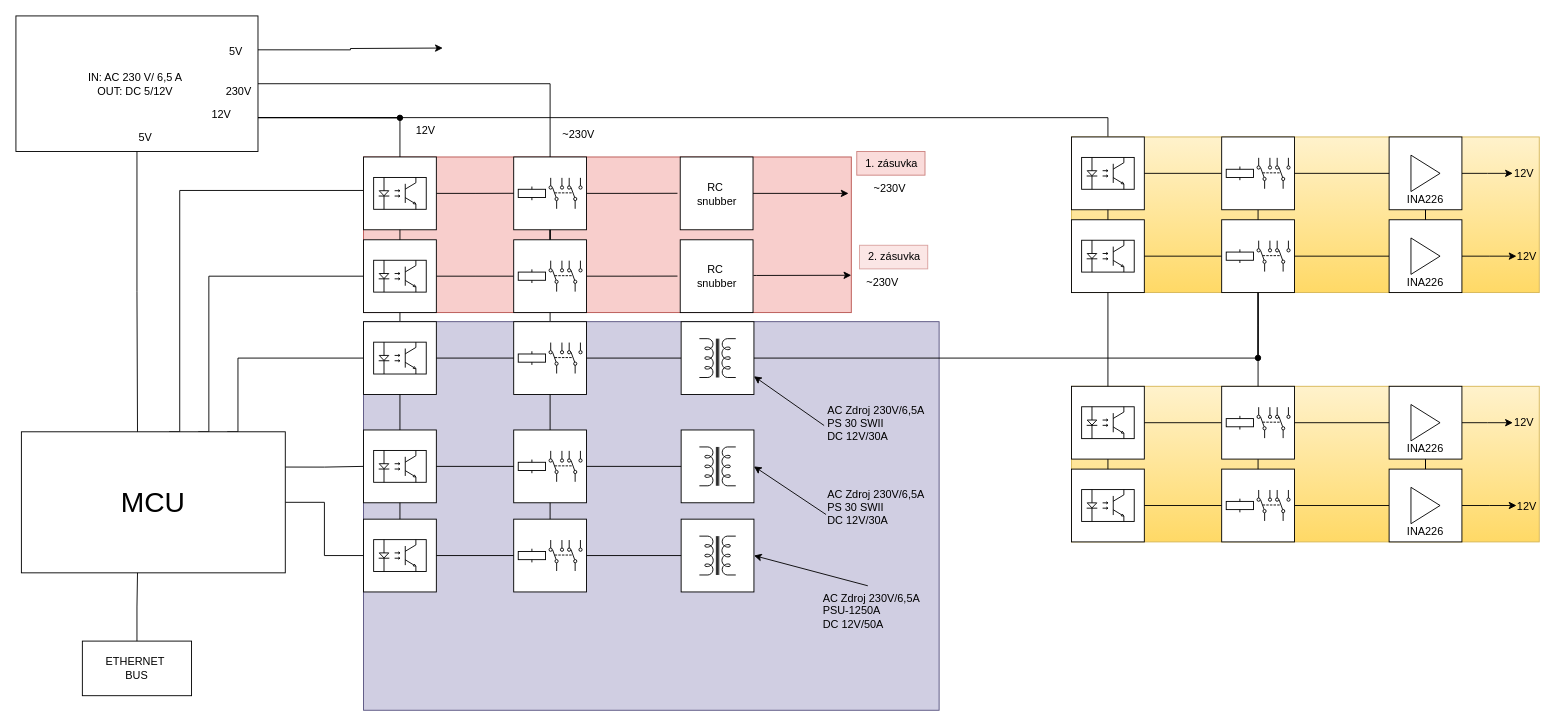
The draw.io diagram blokove_schema.drawio in AdminTextilka/Bakalarka, before the edit. Source tidied: cells renumbered, new cells numbered last; positions are measured from the earlier drawing's top-left corner, leaving out a move shared by most shapes. Both pictures are drawn from the tidied source at 91%, with x=0, y=0 at pixel (15, 15).
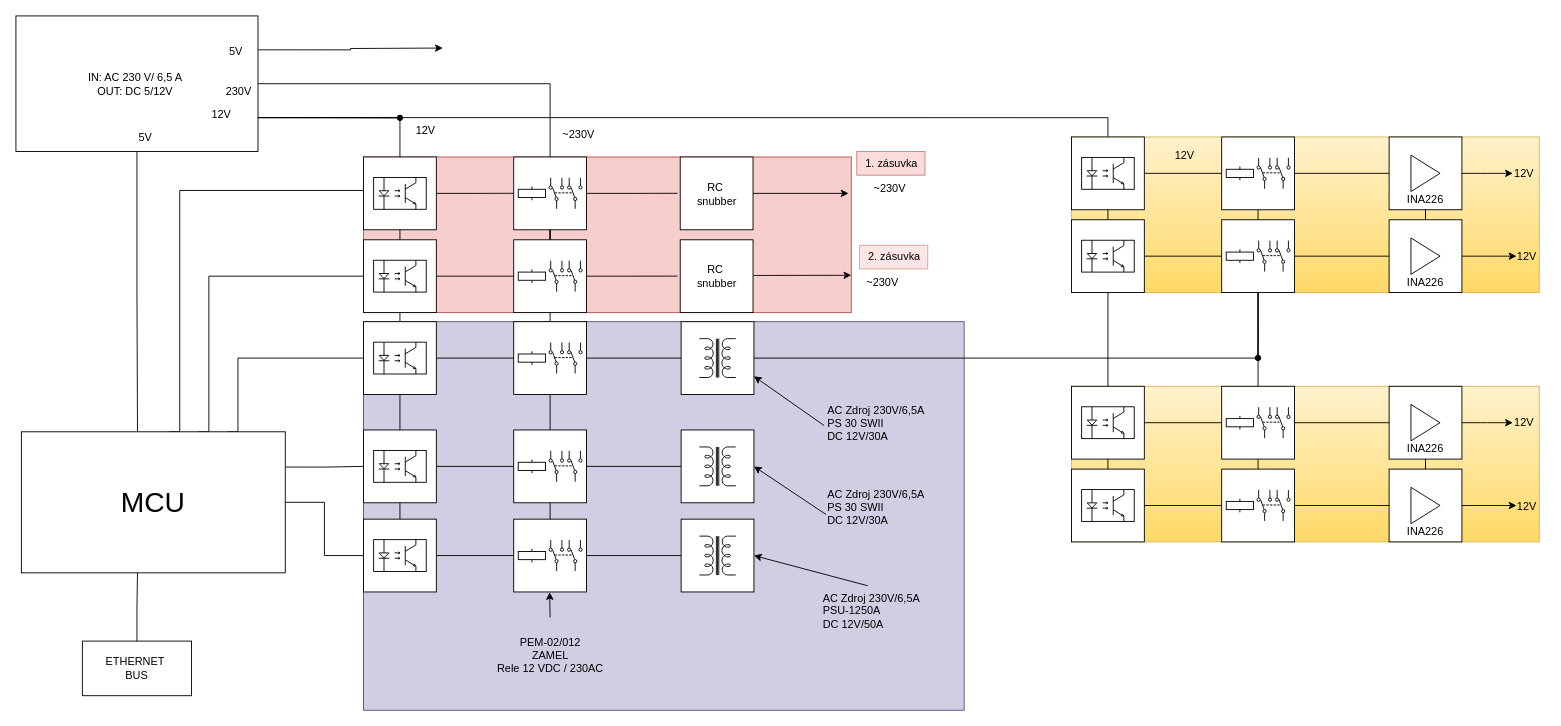
Above is the later version.

Unchanged cells that the change refers to:
```xml
<mxCell id="105" style="group;" parent="1" vertex="1">
  <mxGeometry x="1160" y="133" width="520" height="171" as="geometry" />
</mxCell>
```

The edit, as a diff of the source:
```diff
@@
     <mxCell id="57" style="group;fillColor=#d0cee2;strokeColor=#56517e;" parent="1" vertex="1">
-      <mxGeometry x="382" y="336" width="632.5" height="427" as="geometry" />
+      <mxGeometry x="382" y="336" width="660" height="427" as="geometry" />
     </mxCell>
@@
+    <mxCell id="170" style="edgeStyle=orthogonalEdgeStyle;rounded=0;jettySize=auto;html=1;exitX=0.5;exitY=0;exitDx=0;exitDy=0;" parent="57" edge="1" source="171">
+      <mxGeometry relative="1" as="geometry">
+        <mxPoint x="204.5" y="297.2" as="targetPoint" />
+      </mxGeometry>
+    </mxCell>
+    <mxCell id="171" value="PEM-02/012&lt;br&gt;ZAMEL&lt;br&gt;Rele 12 VDC / 230AC" style="text;html=1;align=center;verticalAlign=middle;whiteSpace=wrap;rounded=0;" parent="57" vertex="1">
+      <mxGeometry x="140.5" y="325" width="129" height="84" as="geometry" />
+    </mxCell>
@@
+    <mxCell id="172" value="12&lt;span style=&quot;background-color: initial;&quot;&gt;V&lt;/span&gt;" style="text;html=1;align=center;verticalAlign=middle;strokeColor=none;fillColor=none;" parent="105" vertex="1">
+      <mxGeometry x="104" y="8" width="39" height="26" as="geometry" />
+    </mxCell>
```
